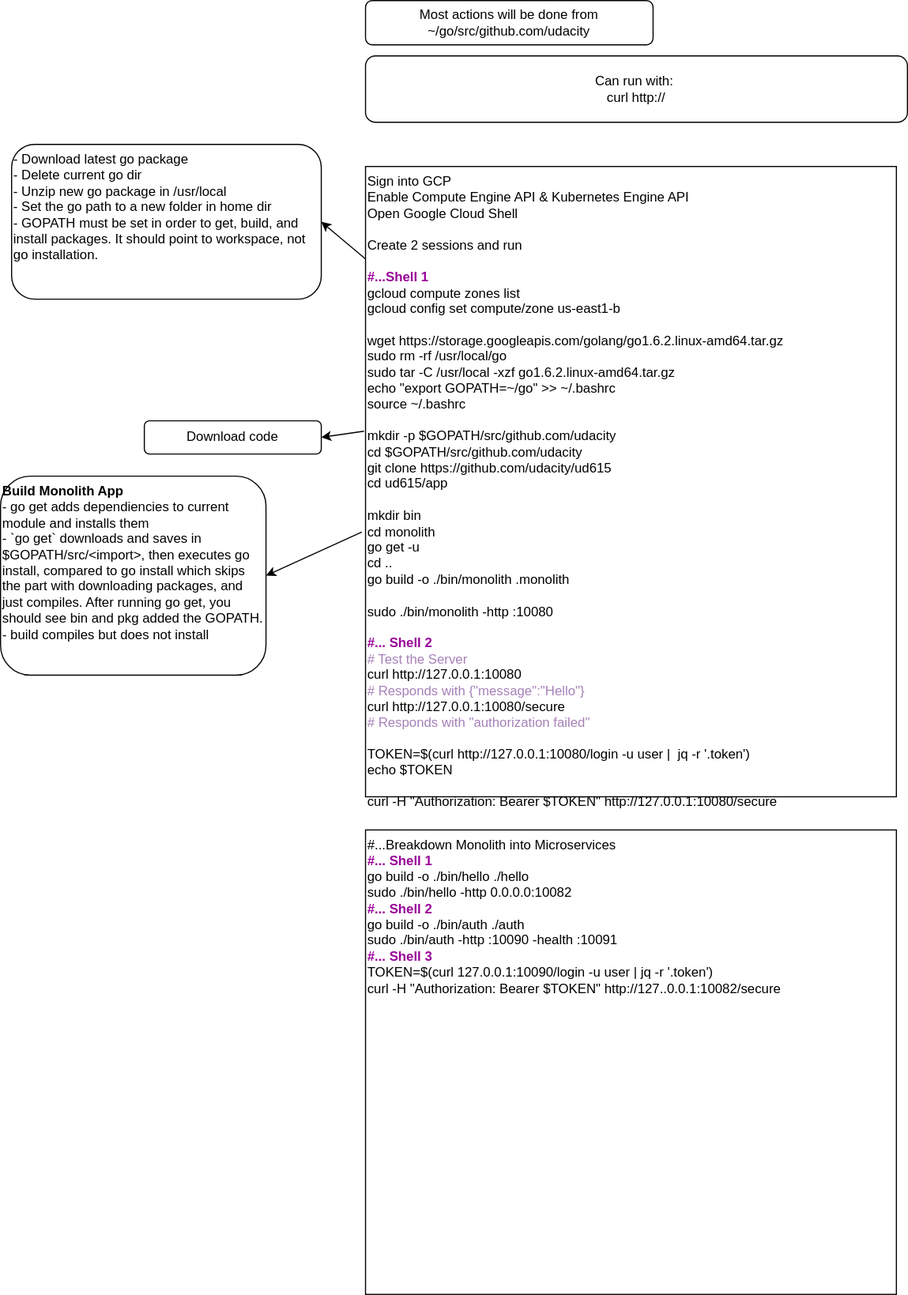
clementsjj/graphics keeps this draw.io diagram as microservices.svg. Above is the earlier version. Source tidied: cells renumbered, new cells last; positions are measured from the earlier drawing's top-left corner, leaving out a move shared by most shapes.
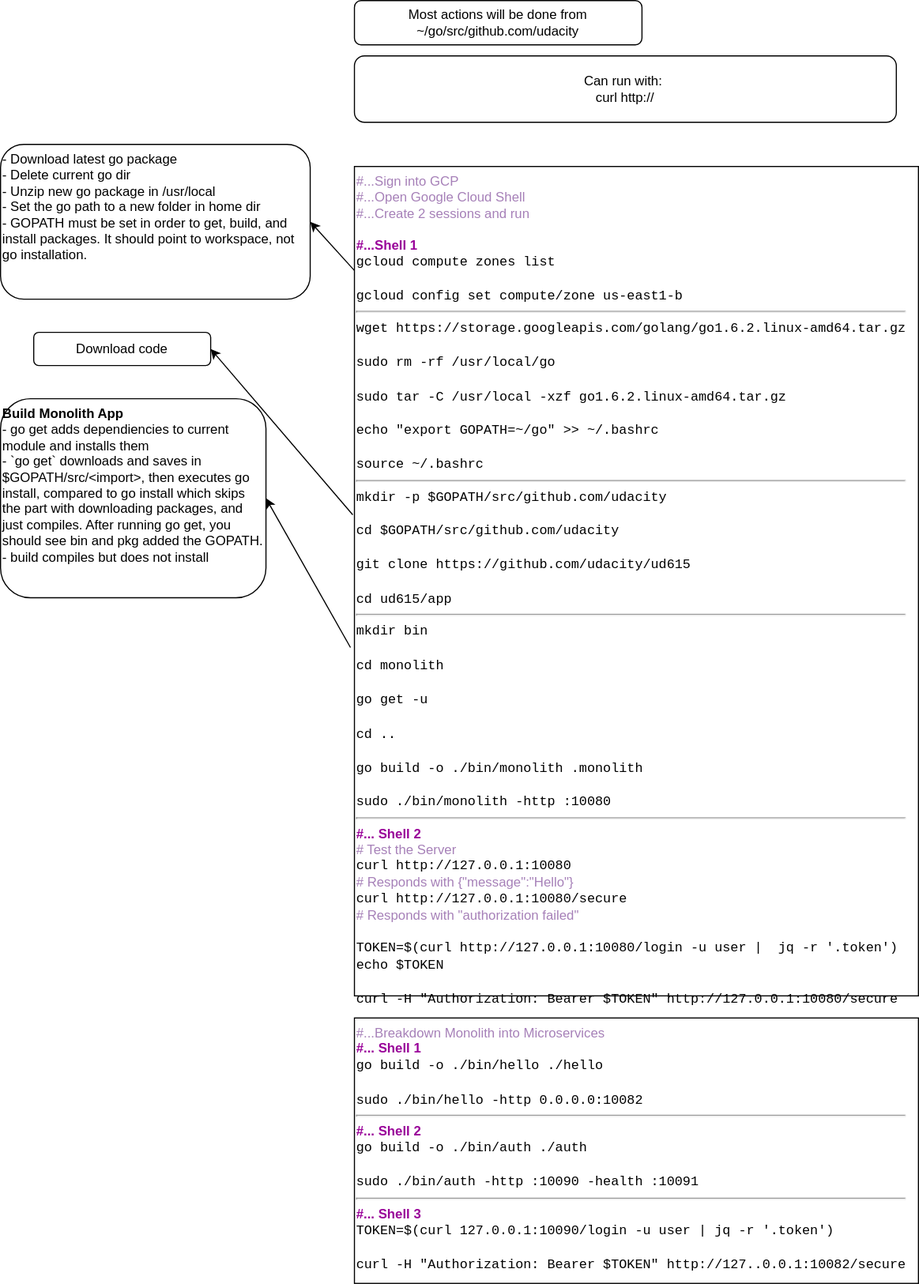
Above is the later version.

What changed in the source:
```diff
@@ -2,8 +2,8 @@
   <root>
     <mxCell id="0" />
     <mxCell id="1" parent="0" />
-    <mxCell id="2" value="Sign into GCP&lt;br&gt;Enable Compute Engine API &amp;amp; Kubernetes Engine API&lt;br&gt;Open Google Cloud Shell&lt;br&gt;&lt;br&gt;Create 2 sessions and run&amp;nbsp;&lt;br&gt;&lt;br&gt;&lt;b&gt;&lt;font color=&quot;#990099&quot;&gt;#...Shell 1&lt;br&gt;&lt;/font&gt;&lt;/b&gt;gcloud compute zones list&lt;br&gt;gcloud config set compute/zone us-east1-b&lt;br&gt;&lt;br&gt;wget https://storage.googleapis.com/golang/go1.6.2.linux-amd64.tar.gz&lt;br&gt;sudo rm -rf /usr/local/go&lt;br&gt;sudo tar -C /usr/local -xzf go1.6.2.linux-amd64.tar.gz&lt;br&gt;echo &quot;export GOPATH=~/go&quot; &amp;gt;&amp;gt; ~/.bashrc&lt;br&gt;source ~/.bashrc&lt;br&gt;&lt;br&gt;mkdir -p $GOPATH/src/github.com/udacity&lt;br&gt;cd $GOPATH/src/github.com/udacity&lt;br&gt;git clone https://github.com/udacity/ud615&lt;br&gt;cd ud615/app&lt;br&gt;&lt;br&gt;mkdir bin&lt;br&gt;cd monolith&lt;br&gt;go get -u&lt;br&gt;cd ..&lt;br&gt;go build -o ./bin/monolith .monolith&lt;br&gt;&lt;br&gt;sudo ./bin/monolith -http :10080&lt;br&gt;&lt;br&gt;&lt;b style=&quot;color: rgb(153 , 0 , 153)&quot;&gt;#... Shell 2&lt;br&gt;&lt;/b&gt;&lt;font color=&quot;#a680b8&quot;&gt;# Test the Server&lt;br&gt;&lt;/font&gt;curl http://127.0.0.1:10080&lt;br&gt;&lt;font color=&quot;#a680b8&quot;&gt;# Responds with {&quot;message&quot;:&quot;Hello&quot;}&lt;br&gt;&lt;/font&gt;curl http://127.0.0.1:10080/secure&lt;br&gt;&lt;font color=&quot;#a680b8&quot;&gt;# Responds with &quot;authorization failed&quot;&lt;br&gt;&lt;/font&gt;&lt;br&gt;TOKEN=$(curl http://127.0.0.1:10080/login -u user |&amp;nbsp; jq -r '.token')&lt;br&gt;echo $TOKEN&lt;br&gt;&lt;br&gt;curl -H &quot;Authorization: Bearer $TOKEN&quot; http://127.0.0.1:10080/secure" style="rounded=0;whiteSpace=wrap;html=1;align=left;verticalAlign=top;" parent="1" vertex="1">
-      <mxGeometry x="330" y="150" width="480" height="570" as="geometry" />
+    <mxCell id="2" value="&lt;font color=&quot;#a680b8&quot;&gt;#...Sign into GCP&lt;br&gt;#...Open Google Cloud Shell&lt;br&gt;#...Create 2 sessions and run&amp;nbsp;&lt;/font&gt;&lt;br&gt;&lt;br&gt;&lt;b&gt;&lt;font color=&quot;#990099&quot;&gt;#...Shell 1&lt;br&gt;&lt;/font&gt;&lt;/b&gt;&lt;font face=&quot;Courier New&quot;&gt;gcloud compute zones list&lt;br&gt;&lt;br&gt;gcloud config set compute/zone us-east1-b&lt;/font&gt;&lt;br&gt;&lt;hr&gt;&lt;font face=&quot;Courier New&quot;&gt;wget https://storage.googleapis.com/golang/go1.6.2.linux-amd64.tar.gz&lt;br&gt;&lt;br&gt;sudo rm -rf /usr/local/go&lt;br&gt;&lt;br&gt;sudo tar -C /usr/local -xzf go1.6.2.linux-amd64.tar.gz&lt;br&gt;&lt;br&gt;echo &quot;export GOPATH=~/go&quot; &amp;gt;&amp;gt; ~/.bashrc&lt;br&gt;&lt;br&gt;source ~/.bashrc&lt;/font&gt;&lt;br&gt;&lt;hr&gt;&lt;font face=&quot;Courier New&quot;&gt;mkdir -p $GOPATH/src/github.com/udacity&lt;br&gt;&lt;br&gt;cd $GOPATH/src/github.com/udacity&lt;br&gt;&lt;br&gt;git clone https://github.com/udacity/ud615&lt;br&gt;&lt;br&gt;cd ud615/app&lt;/font&gt;&lt;br&gt;&lt;hr&gt;&lt;font face=&quot;Courier New&quot;&gt;mkdir bin&lt;br&gt;&lt;br&gt;cd monolith&lt;br&gt;&lt;br&gt;go get -u&lt;br&gt;&lt;br&gt;cd ..&lt;br&gt;&lt;br&gt;go build -o ./bin/monolith .monolith&lt;br&gt;&lt;br&gt;sudo ./bin/monolith -http :10080&lt;/font&gt;&lt;br&gt;&lt;hr&gt;&lt;b style=&quot;color: rgb(153 , 0 , 153)&quot;&gt;#... Shell 2&lt;br&gt;&lt;/b&gt;&lt;font color=&quot;#a680b8&quot;&gt;# Test the Server&lt;br&gt;&lt;/font&gt;&lt;font face=&quot;Courier New&quot;&gt;curl http://127.0.0.1:10080&lt;/font&gt;&lt;br&gt;&lt;font color=&quot;#a680b8&quot;&gt;# Responds with {&quot;message&quot;:&quot;Hello&quot;}&lt;br&gt;&lt;/font&gt;&lt;font face=&quot;Courier New&quot;&gt;curl http://127.0.0.1:10080/secure&lt;/font&gt;&lt;br&gt;&lt;font color=&quot;#a680b8&quot;&gt;# Responds with &quot;authorization failed&quot;&lt;/font&gt;&lt;br&gt;&lt;br&gt;&lt;font face=&quot;Courier New&quot;&gt;TOKEN=$(curl http://127.0.0.1:10080/login -u user |&amp;nbsp; jq -r '.token')&lt;br&gt;echo $TOKEN&lt;br&gt;&lt;br&gt;curl -H &quot;Authorization: Bearer $TOKEN&quot; http://127.0.0.1:10080/secure&lt;/font&gt;" style="rounded=0;whiteSpace=wrap;html=1;align=left;verticalAlign=top;" parent="1" vertex="1">
+      <mxGeometry x="330" y="150" width="510" height="750" as="geometry" />
     </mxCell>
     <mxCell id="3" style="endArrow=classic;html=1;entryX=1;entryY=0.5;entryDx=0;entryDy=0;" parent="1" edge="1" source="2" target="4">
       <mxGeometry relative="1" as="geometry" />
@@ -12,19 +12,19 @@
       <mxGeometry x="10" y="130" width="280" height="140" as="geometry" />
     </mxCell>
     <mxCell id="5" value="Download code" style="rounded=1;whiteSpace=wrap;html=1;align=center;" parent="1" vertex="1">
-      <mxGeometry x="130" y="380" width="160" height="30" as="geometry" />
+      <mxGeometry x="40" y="300" width="160" height="30" as="geometry" />
     </mxCell>
     <mxCell id="6" style="endArrow=classic;html=1;exitX=-0.003;exitY=0.42;exitDx=0;exitDy=0;exitPerimeter=0;entryX=1;entryY=0.5;entryDx=0;entryDy=0;" parent="1" edge="1" source="2" target="5">
       <mxGeometry relative="1" as="geometry" />
     </mxCell>
     <mxCell id="7" value="&lt;b&gt;Build Monolith App&lt;/b&gt;&lt;br&gt;- go get adds dependiencies to current module and installs them&lt;br&gt;- `go get` downloads and saves in $GOPATH/src/&amp;lt;import&amp;gt;, then executes go install, compared to go install which skips the part with downloading packages, and just compiles. After running go get, you should see bin and pkg added the GOPATH.&lt;br&gt;- build compiles but does not install" style="rounded=1;whiteSpace=wrap;html=1;align=left;verticalAlign=top;" parent="1" vertex="1">
-      <mxGeometry y="430" width="240" height="180" as="geometry" />
+      <mxGeometry x="10" y="360" width="240" height="180" as="geometry" />
     </mxCell>
     <mxCell id="8" style="endArrow=classic;html=1;exitX=-0.007;exitY=0.58;exitDx=0;exitDy=0;exitPerimeter=0;entryX=1;entryY=0.5;entryDx=0;entryDy=0;" parent="1" edge="1" source="2" target="7">
       <mxGeometry relative="1" as="geometry" />
     </mxCell>
-    <mxCell id="9" value="#...Breakdown Monolith into Microservices&lt;br&gt;&lt;font color=&quot;#990099&quot;&gt;&lt;b&gt;#... Shell 1&lt;br&gt;&lt;/b&gt;&lt;/font&gt;go build -o ./bin/hello ./hello&lt;br&gt;sudo ./bin/hello -http 0.0.0.0:10082&lt;br&gt;&lt;b&gt;&lt;font color=&quot;#990099&quot;&gt;#... Shell 2&lt;br&gt;&lt;/font&gt;&lt;/b&gt;go build -o ./bin/auth ./auth&lt;br&gt;sudo ./bin/auth -http :10090 -health :10091&lt;br&gt;&lt;b&gt;&lt;font color=&quot;#990099&quot;&gt;#... Shell 3&lt;br&gt;&lt;/font&gt;&lt;/b&gt;TOKEN=$(curl 127.0.0.1:10090/login -u user | jq -r '.token')&lt;br&gt;curl -H &quot;Authorization: Bearer $TOKEN&quot; http://127..0.0.1:10082/secure&lt;br&gt;" style="rounded=0;whiteSpace=wrap;html=1;align=left;verticalAlign=top;" parent="1" vertex="1">
-      <mxGeometry x="330" y="750" width="480" height="420" as="geometry" />
+    <mxCell id="9" value="&lt;font color=&quot;#a680b8&quot;&gt;#...Breakdown Monolith into Microservices&lt;br&gt;&lt;/font&gt;&lt;font color=&quot;#990099&quot;&gt;&lt;b&gt;#... Shell 1&lt;br&gt;&lt;/b&gt;&lt;/font&gt;&lt;font face=&quot;Courier New&quot;&gt;go build -o ./bin/hello ./hello&lt;br&gt;&lt;br&gt;sudo ./bin/hello -http 0.0.0.0:10082&lt;br&gt;&lt;/font&gt;&lt;hr&gt;&lt;b&gt;&lt;font color=&quot;#990099&quot;&gt;#... Shell 2&lt;br&gt;&lt;/font&gt;&lt;/b&gt;&lt;font face=&quot;Courier New&quot;&gt;go build -o ./bin/auth ./auth&lt;br&gt;&lt;br&gt;sudo ./bin/auth -http :10090 -health :10091&lt;br&gt;&lt;/font&gt;&lt;hr&gt;&lt;b&gt;&lt;font color=&quot;#990099&quot;&gt;#... Shell 3&lt;br&gt;&lt;/font&gt;&lt;/b&gt;&lt;font face=&quot;Courier New&quot;&gt;TOKEN=$(curl 127.0.0.1:10090/login -u user | jq -r '.token')&lt;br&gt;&lt;br&gt;curl -H &quot;Authorization: Bearer $TOKEN&quot; http://127..0.0.1:10082/secure&lt;/font&gt;" style="rounded=0;whiteSpace=wrap;html=1;align=left;verticalAlign=top;" parent="1" vertex="1">
+      <mxGeometry x="330" y="920" width="510" height="240" as="geometry" />
     </mxCell>
     <mxCell id="10" value="Most actions will be done from ~/go/src/github.com/udacity" style="rounded=1;whiteSpace=wrap;html=1;align=center;" parent="1" vertex="1">
       <mxGeometry x="330" width="260" height="40" as="geometry" />
```
